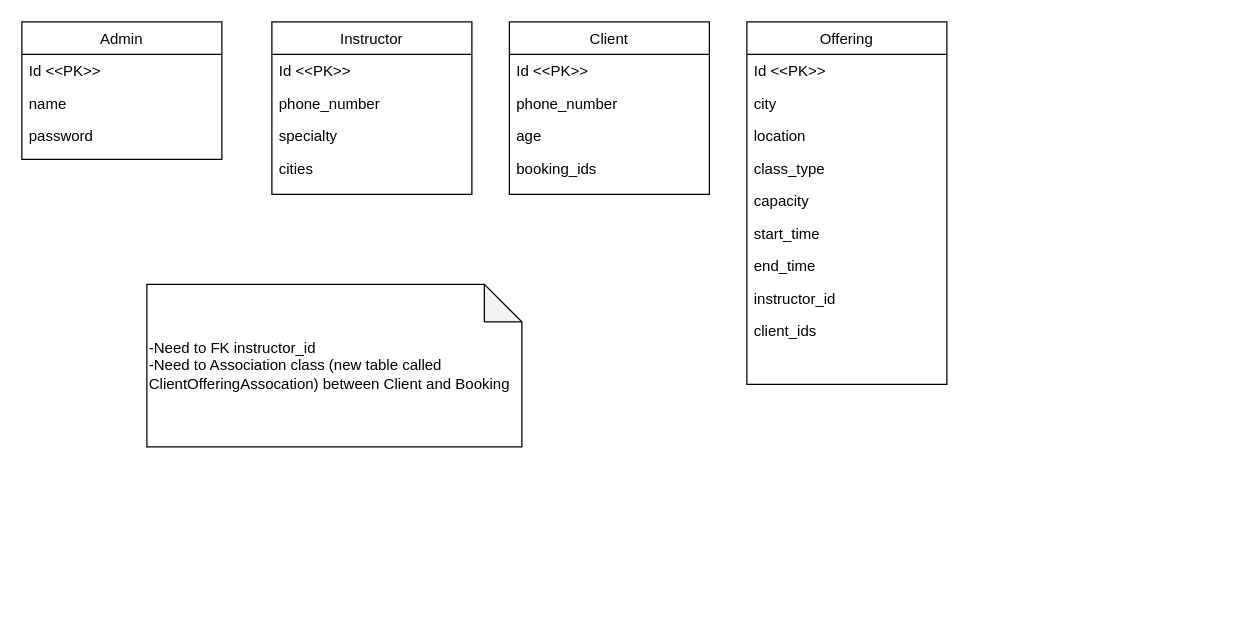
Above: Artifacts/DrawIO Files/Relational Data Model.drawio in aleckira/SOEN_342_PROJECT (draw.io), before the change. Source tidied: cells renumbered, new cells numbered last; positions are measured from the earlier drawing's top-left corner, leaving out a move shared by most shapes. Both pictures are drawn from the tidied source at 125%, with x=0, y=0 at pixel (21, 21).
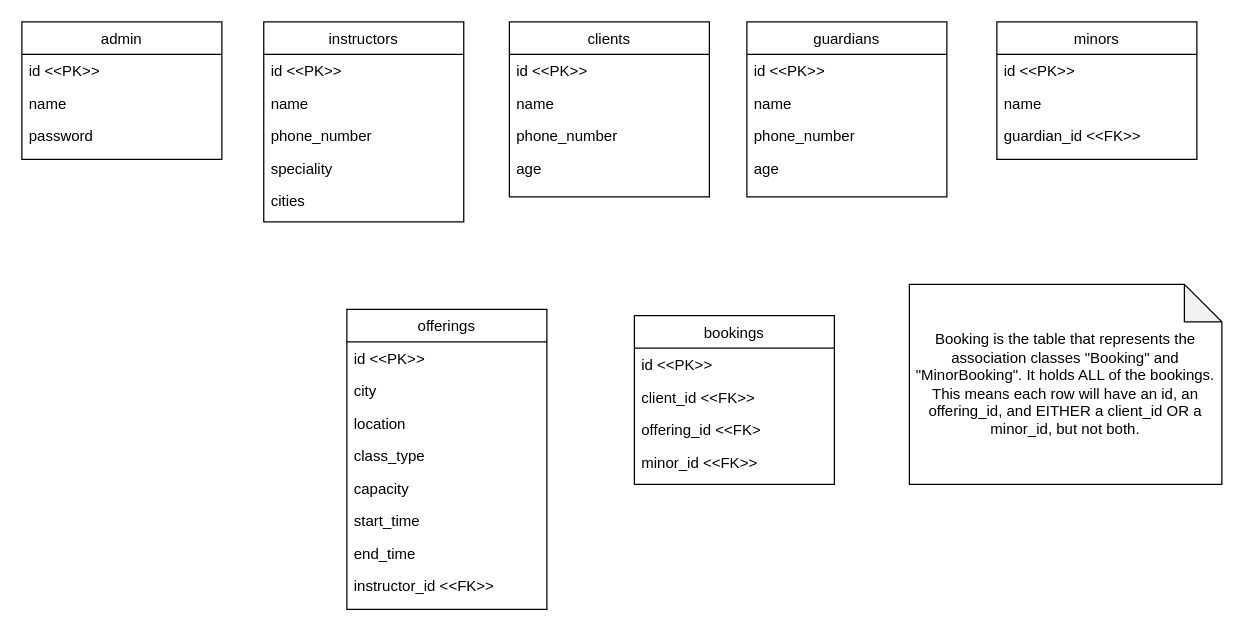
The same page after the edit.

The edit, as a diff of the source:
```diff
@@
-    <mxCell id="2" value="Admin" style="swimlane;fontStyle=0;align=center;verticalAlign=top;horizontal=1;startSize=26;rounded=0;shadow=0;strokeWidth=1;" parent="1" vertex="1">
+    <mxCell id="2" value="admin" style="swimlane;fontStyle=0;align=center;verticalAlign=top;horizontal=1;startSize=26;rounded=0;shadow=0;strokeWidth=1;" parent="1" vertex="1">
       <mxGeometry width="160" height="110" as="geometry" />
     </mxCell>
-    <mxCell id="3" value="Id &lt;&lt;PK&gt;&gt;" style="text;align=left;verticalAlign=top;spacingLeft=4;spacingRight=4;overflow=hidden;" parent="2" vertex="1">
+    <mxCell id="3" value="id &lt;&lt;PK&gt;&gt;" style="text;align=left;verticalAlign=top;spacingLeft=4;spacingRight=4;overflow=hidden;" parent="2" vertex="1">
       <mxGeometry y="26" width="160" height="26" as="geometry" />
     </mxCell>
@@
-    <mxCell id="6" value="Instructor" style="swimlane;fontStyle=0;align=center;verticalAlign=top;horizontal=1;startSize=26;rounded=0;shadow=0;strokeWidth=1;" parent="1" vertex="1">
-      <mxGeometry x="200" width="160" height="138" as="geometry" />
-    </mxCell>
-    <mxCell id="7" value="Id &lt;&lt;PK&gt;&gt;" style="text;align=left;verticalAlign=top;spacingLeft=4;spacingRight=4;overflow=hidden;" parent="6" vertex="1">
-      <mxGeometry y="26" width="160" height="26" as="geometry" />
-    </mxCell>
-    <mxCell id="8" value="phone_number" style="text;align=left;verticalAlign=top;spacingLeft=4;spacingRight=4;overflow=hidden;rounded=0;shadow=0;html=0;" parent="6" vertex="1">
-      <mxGeometry y="52" width="160" height="26" as="geometry" />
-    </mxCell>
-    <mxCell id="9" value="specialty" style="text;align=left;verticalAlign=top;spacingLeft=4;spacingRight=4;overflow=hidden;rounded=0;shadow=0;html=0;" parent="6" vertex="1">
-      <mxGeometry y="78" width="160" height="26" as="geometry" />
-    </mxCell>
-    <mxCell id="10" value="cities" style="text;align=left;verticalAlign=top;spacingLeft=4;spacingRight=4;overflow=hidden;rounded=0;shadow=0;html=0;" parent="6" vertex="1">
-      <mxGeometry y="104" width="160" height="26" as="geometry" />
-    </mxCell>
-    <mxCell id="11" value="Client" style="swimlane;fontStyle=0;align=center;verticalAlign=top;horizontal=1;startSize=26;rounded=0;shadow=0;strokeWidth=1;" parent="1" vertex="1">
-      <mxGeometry x="390" width="160" height="138" as="geometry" />
-    </mxCell>
-    <mxCell id="12" value="Id &lt;&lt;PK&gt;&gt;" style="text;align=left;verticalAlign=top;spacingLeft=4;spacingRight=4;overflow=hidden;" parent="11" vertex="1">
-      <mxGeometry y="26" width="160" height="26" as="geometry" />
-    </mxCell>
-    <mxCell id="13" value="phone_number" style="text;align=left;verticalAlign=top;spacingLeft=4;spacingRight=4;overflow=hidden;rounded=0;shadow=0;html=0;" parent="11" vertex="1">
-      <mxGeometry y="52" width="160" height="26" as="geometry" />
-    </mxCell>
-    <mxCell id="14" value="age" style="text;align=left;verticalAlign=top;spacingLeft=4;spacingRight=4;overflow=hidden;rounded=0;shadow=0;html=0;" parent="11" vertex="1">
-      <mxGeometry y="78" width="160" height="26" as="geometry" />
-    </mxCell>
-    <mxCell id="15" value="booking_ids" style="text;align=left;verticalAlign=top;spacingLeft=4;spacingRight=4;overflow=hidden;rounded=0;shadow=0;html=0;" parent="11" vertex="1">
-      <mxGeometry y="104" width="160" height="26" as="geometry" />
-    </mxCell>
-    <mxCell id="16" value="Offering" style="swimlane;fontStyle=0;align=center;verticalAlign=top;horizontal=1;startSize=26;rounded=0;shadow=0;strokeWidth=1;" parent="1" vertex="1">
-      <mxGeometry x="580" width="160" height="290" as="geometry" />
+    <mxCell id="16" value="offerings" style="swimlane;fontStyle=0;align=center;verticalAlign=top;horizontal=1;startSize=26;rounded=0;shadow=0;strokeWidth=1;" parent="1" vertex="1">
+      <mxGeometry x="260" y="230" width="160" height="240" as="geometry" />
     </mxCell>
-    <mxCell id="17" value="Id &lt;&lt;PK&gt;&gt;" style="text;align=left;verticalAlign=top;spacingLeft=4;spacingRight=4;overflow=hidden;" parent="16" vertex="1">
+    <mxCell id="17" value="id &lt;&lt;PK&gt;&gt;" style="text;align=left;verticalAlign=top;spacingLeft=4;spacingRight=4;overflow=hidden;" parent="16" vertex="1">
       <mxGeometry y="26" width="160" height="26" as="geometry" />
     </mxCell>
@@
-    <mxCell id="24" value="instructor_id" style="text;align=left;verticalAlign=top;spacingLeft=4;spacingRight=4;overflow=hidden;rounded=0;shadow=0;html=0;" parent="16" vertex="1">
+    <mxCell id="24" value="instructor_id &lt;&lt;FK&gt;&gt;" style="text;align=left;verticalAlign=top;spacingLeft=4;spacingRight=4;overflow=hidden;rounded=0;shadow=0;html=0;" parent="16" vertex="1">
       <mxGeometry y="208" width="160" height="26" as="geometry" />
     </mxCell>
-    <mxCell id="25" value="client_ids" style="text;align=left;verticalAlign=top;spacingLeft=4;spacingRight=4;overflow=hidden;rounded=0;shadow=0;html=0;" parent="16" vertex="1">
-      <mxGeometry y="234" width="160" height="26" as="geometry" />
-    </mxCell>
-    <mxCell id="26" value="-Need to FK instructor_id&lt;div&gt;-Need to Association class (new table called ClientOfferingAssocation) between Client and Booking&lt;/div&gt;" style="shape=note;whiteSpace=wrap;html=1;backgroundOutline=1;darkOpacity=0.05;align=left;" parent="1" vertex="1">
-      <mxGeometry x="100" y="210" width="300" height="130" as="geometry" />
-    </mxCell>
+    <mxCell id="27" value="instructors" style="swimlane;fontStyle=0;align=center;verticalAlign=top;horizontal=1;startSize=26;rounded=0;shadow=0;strokeWidth=1;" parent="1" vertex="1">
+      <mxGeometry x="193.5" width="160" height="160" as="geometry" />
+    </mxCell>
+    <mxCell id="28" value="id &lt;&lt;PK&gt;&gt;" style="text;align=left;verticalAlign=top;spacingLeft=4;spacingRight=4;overflow=hidden;" parent="27" vertex="1">
+      <mxGeometry y="26" width="160" height="26" as="geometry" />
+    </mxCell>
+    <mxCell id="29" value="name" style="text;align=left;verticalAlign=top;spacingLeft=4;spacingRight=4;overflow=hidden;rounded=0;shadow=0;html=0;" parent="27" vertex="1">
+      <mxGeometry y="52" width="160" height="26" as="geometry" />
+    </mxCell>
+    <mxCell id="30" value="phone_number" style="text;align=left;verticalAlign=top;spacingLeft=4;spacingRight=4;overflow=hidden;rounded=0;shadow=0;html=0;" parent="27" vertex="1">
+      <mxGeometry y="78" width="160" height="26" as="geometry" />
+    </mxCell>
+    <mxCell id="31" value="speciality" style="text;align=left;verticalAlign=top;spacingLeft=4;spacingRight=4;overflow=hidden;rounded=0;shadow=0;html=0;" parent="27" vertex="1">
+      <mxGeometry y="104" width="160" height="26" as="geometry" />
+    </mxCell>
+    <mxCell id="10" value="cities" style="text;align=left;verticalAlign=top;spacingLeft=4;spacingRight=4;overflow=hidden;rounded=0;shadow=0;html=0;" parent="27" vertex="1">
+      <mxGeometry y="130" width="160" height="26" as="geometry" />
+    </mxCell>
+    <mxCell id="32" value="bookings" style="swimlane;fontStyle=0;align=center;verticalAlign=top;horizontal=1;startSize=26;rounded=0;shadow=0;strokeWidth=1;" parent="1" vertex="1">
+      <mxGeometry x="490" y="235" width="160" height="135" as="geometry" />
+    </mxCell>
+    <mxCell id="33" value="id &lt;&lt;PK&gt;&gt;" style="text;align=left;verticalAlign=top;spacingLeft=4;spacingRight=4;overflow=hidden;" parent="32" vertex="1">
+      <mxGeometry y="26" width="160" height="26" as="geometry" />
+    </mxCell>
+    <mxCell id="34" value="client_id &lt;&lt;FK&gt;&gt;" style="text;align=left;verticalAlign=top;spacingLeft=4;spacingRight=4;overflow=hidden;rounded=0;shadow=0;html=0;" parent="32" vertex="1">
+      <mxGeometry y="52" width="160" height="26" as="geometry" />
+    </mxCell>
+    <mxCell id="35" value="offering_id &lt;&lt;FK&gt;" style="text;align=left;verticalAlign=top;spacingLeft=4;spacingRight=4;overflow=hidden;rounded=0;shadow=0;html=0;" parent="32" vertex="1">
+      <mxGeometry y="78" width="160" height="26" as="geometry" />
+    </mxCell>
+    <mxCell id="36" value="minor_id &lt;&lt;FK&gt;&gt;" style="text;align=left;verticalAlign=top;spacingLeft=4;spacingRight=4;overflow=hidden;rounded=0;shadow=0;html=0;" parent="32" vertex="1">
+      <mxGeometry y="104" width="160" height="26" as="geometry" />
+    </mxCell>
+    <mxCell id="37" value="Booking is the table that represents the association classes &quot;Booking&quot; and &quot;MinorBooking&quot;. It holds ALL of the bookings. This means each row will have an id, an offering_id, and EITHER a client_id OR a minor_id, but not both." style="shape=note;whiteSpace=wrap;html=1;backgroundOutline=1;darkOpacity=0.05;" parent="1" vertex="1">
+      <mxGeometry x="710" y="210" width="250" height="160" as="geometry" />
+    </mxCell>
+    <mxCell id="38" value="clients" style="swimlane;fontStyle=0;align=center;verticalAlign=top;horizontal=1;startSize=26;rounded=0;shadow=0;strokeWidth=1;" parent="1" vertex="1">
+      <mxGeometry x="390" width="160" height="140" as="geometry" />
+    </mxCell>
+    <mxCell id="39" value="id &lt;&lt;PK&gt;&gt;" style="text;align=left;verticalAlign=top;spacingLeft=4;spacingRight=4;overflow=hidden;" parent="38" vertex="1">
+      <mxGeometry y="26" width="160" height="26" as="geometry" />
+    </mxCell>
+    <mxCell id="40" value="name" style="text;align=left;verticalAlign=top;spacingLeft=4;spacingRight=4;overflow=hidden;rounded=0;shadow=0;html=0;" parent="38" vertex="1">
+      <mxGeometry y="52" width="160" height="26" as="geometry" />
+    </mxCell>
+    <mxCell id="41" value="phone_number" style="text;align=left;verticalAlign=top;spacingLeft=4;spacingRight=4;overflow=hidden;rounded=0;shadow=0;html=0;" parent="38" vertex="1">
+      <mxGeometry y="78" width="160" height="26" as="geometry" />
+    </mxCell>
+    <mxCell id="42" value="age" style="text;align=left;verticalAlign=top;spacingLeft=4;spacingRight=4;overflow=hidden;rounded=0;shadow=0;html=0;" parent="38" vertex="1">
+      <mxGeometry y="104" width="160" height="26" as="geometry" />
+    </mxCell>
+    <mxCell id="43" value="guardians" style="swimlane;fontStyle=0;align=center;verticalAlign=top;horizontal=1;startSize=26;rounded=0;shadow=0;strokeWidth=1;" parent="1" vertex="1">
+      <mxGeometry x="580" width="160" height="140" as="geometry" />
+    </mxCell>
+    <mxCell id="44" value="id &lt;&lt;PK&gt;&gt;" style="text;align=left;verticalAlign=top;spacingLeft=4;spacingRight=4;overflow=hidden;" parent="43" vertex="1">
+      <mxGeometry y="26" width="160" height="26" as="geometry" />
+    </mxCell>
+    <mxCell id="45" value="name" style="text;align=left;verticalAlign=top;spacingLeft=4;spacingRight=4;overflow=hidden;rounded=0;shadow=0;html=0;" parent="43" vertex="1">
+      <mxGeometry y="52" width="160" height="26" as="geometry" />
+    </mxCell>
+    <mxCell id="46" value="phone_number" style="text;align=left;verticalAlign=top;spacingLeft=4;spacingRight=4;overflow=hidden;rounded=0;shadow=0;html=0;" parent="43" vertex="1">
+      <mxGeometry y="78" width="160" height="26" as="geometry" />
+    </mxCell>
+    <mxCell id="47" value="age" style="text;align=left;verticalAlign=top;spacingLeft=4;spacingRight=4;overflow=hidden;rounded=0;shadow=0;html=0;" parent="43" vertex="1">
+      <mxGeometry y="104" width="160" height="26" as="geometry" />
+    </mxCell>
+    <mxCell id="48" value="minors" style="swimlane;fontStyle=0;align=center;verticalAlign=top;horizontal=1;startSize=26;rounded=0;shadow=0;strokeWidth=1;" parent="1" vertex="1">
+      <mxGeometry x="780" width="160" height="110" as="geometry" />
+    </mxCell>
+    <mxCell id="49" value="id &lt;&lt;PK&gt;&gt;" style="text;align=left;verticalAlign=top;spacingLeft=4;spacingRight=4;overflow=hidden;" parent="48" vertex="1">
+      <mxGeometry y="26" width="160" height="26" as="geometry" />
+    </mxCell>
+    <mxCell id="50" value="name" style="text;align=left;verticalAlign=top;spacingLeft=4;spacingRight=4;overflow=hidden;rounded=0;shadow=0;html=0;" parent="48" vertex="1">
+      <mxGeometry y="52" width="160" height="26" as="geometry" />
+    </mxCell>
+    <mxCell id="51" value="guardian_id &lt;&lt;FK&gt;&gt;" style="text;align=left;verticalAlign=top;spacingLeft=4;spacingRight=4;overflow=hidden;rounded=0;shadow=0;html=0;" parent="48" vertex="1">
+      <mxGeometry y="78" width="160" height="26" as="geometry" />
+    </mxCell>
```
